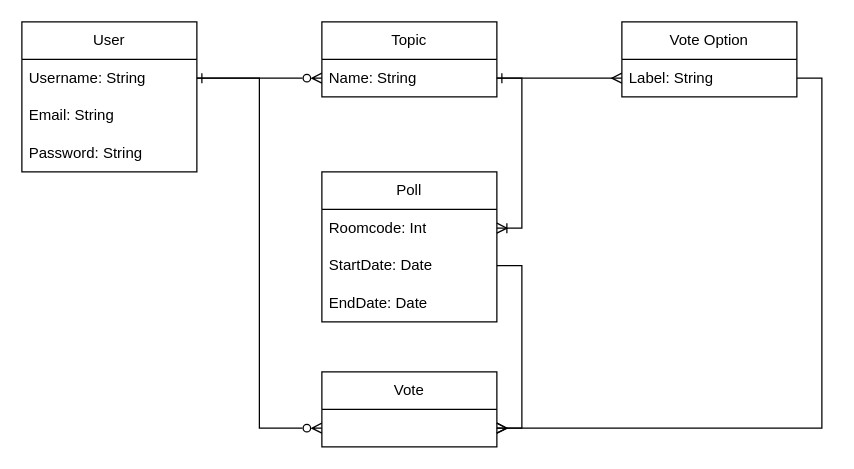
Thomas-Johansen/dat250Project keeps this draw.io diagram as Domain Model.drawio. Above is the earlier version. Source tidied: cells renumbered, new cells numbered last; positions are measured from the earlier drawing's top-left corner, leaving out a move shared by most shapes. Both pictures are drawn from the tidied source at 125%, with x=0, y=0 at pixel (21, 21).
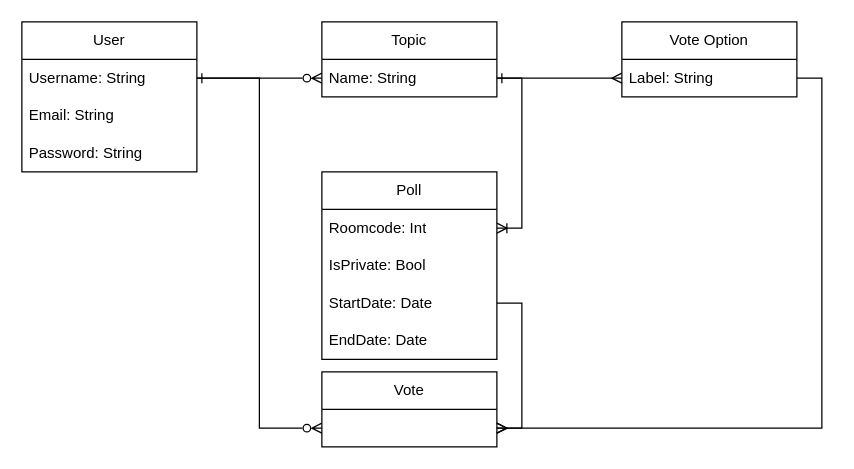
After the change.

What changed in the source:
```diff
@@
     <mxCell id="10" value="Poll" style="swimlane;fontStyle=0;horizontal=1;startSize=30;whiteSpace=wrap;html=1;" parent="1" vertex="1">
-      <mxGeometry x="240" y="120" width="140" height="120" as="geometry" />
+      <mxGeometry x="240" y="120" width="140" height="150" as="geometry" />
     </mxCell>
@@
+    <mxCell id="21" value="IsPrivate: Bool" style="text;strokeColor=none;fillColor=none;align=left;verticalAlign=middle;spacingLeft=4;spacingRight=4;overflow=hidden;whiteSpace=wrap;html=1;" parent="10" vertex="1">
+      <mxGeometry y="60" width="140" height="30" as="geometry" />
+    </mxCell>
     <mxCell id="12" value="StartDate: Date" style="text;strokeColor=none;fillColor=none;align=left;verticalAlign=middle;spacingLeft=4;spacingRight=4;overflow=hidden;points=[[0,0.5],[1,0.5]];portConstraint=eastwest;whiteSpace=wrap;html=1;" parent="10" vertex="1">
-      <mxGeometry y="60" width="140" height="30" as="geometry" />
+      <mxGeometry y="90" width="140" height="30" as="geometry" />
     </mxCell>
     <mxCell id="13" value="EndDate: Date" style="text;strokeColor=none;fillColor=none;align=left;verticalAlign=middle;spacingLeft=4;spacingRight=4;overflow=hidden;whiteSpace=wrap;html=1;" parent="10" vertex="1">
-      <mxGeometry y="90" width="140" height="30" as="geometry" />
+      <mxGeometry y="120" width="140" height="30" as="geometry" />
     </mxCell>
```
